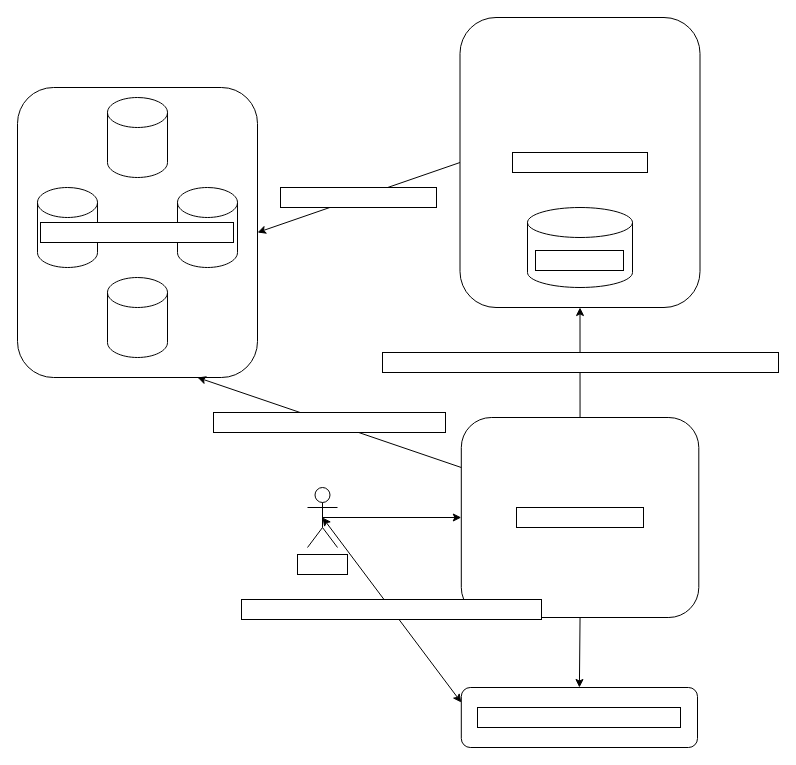
This is architecture.drawio from RasmusEdvardsen/SubredditBattleRoyale, a draw.io file, before an edit. Source tidied: cells renumbered, new cells numbered last; positions are measured from the earlier drawing's top-left corner, leaving out a move shared by most shapes. Both pictures are drawn from the tidied source at 100%, with x=0, y=0 at pixel (17, 17).
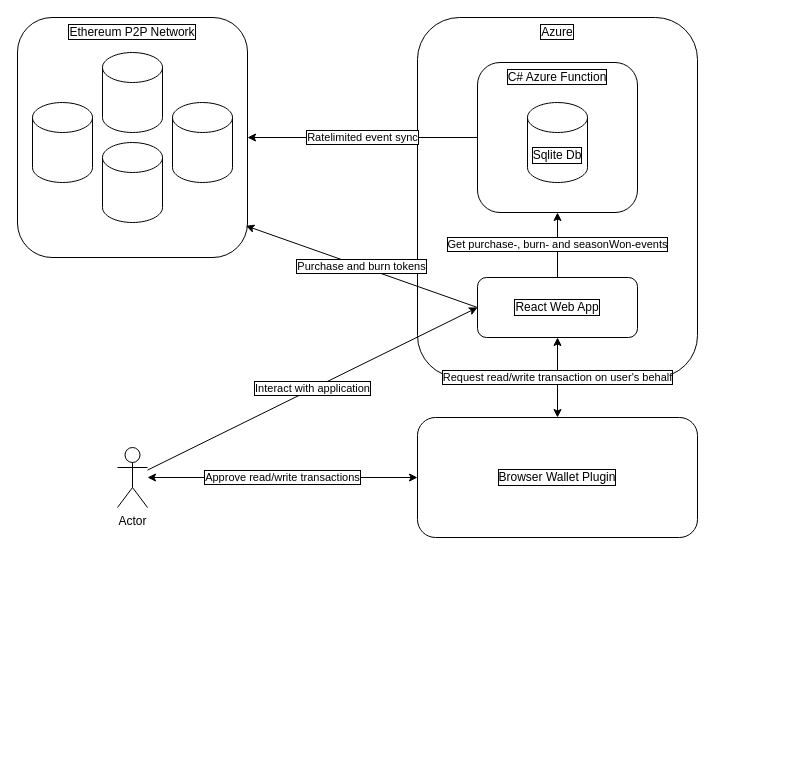
After the change.

Commit message (it also covers changes not shown here):
Improve architecture diagram

What changed in the source:
```diff
@@
 <mxGraphModel>
   <root>
     <mxCell id="0" />
     <mxCell id="1" parent="0" />
-    <mxCell id="2" style="shape=cylinder3;whiteSpace=wrap;html=1;boundedLbl=1;backgroundOutline=1;size=15;" parent="1" vertex="1">
-      <mxGeometry x="160" y="170" width="60" height="80" as="geometry" />
-    </mxCell>
-    <mxCell id="3" style="shape=cylinder3;whiteSpace=wrap;html=1;boundedLbl=1;backgroundOutline=1;size=15;" parent="1" vertex="1">
-      <mxGeometry x="20" y="170" width="60" height="80" as="geometry" />
-    </mxCell>
-    <mxCell id="4" style="shape=cylinder3;whiteSpace=wrap;html=1;boundedLbl=1;backgroundOutline=1;size=15;" parent="1" vertex="1">
-      <mxGeometry x="90" y="80" width="60" height="80" as="geometry" />
-    </mxCell>
-    <mxCell id="5" style="shape=cylinder3;whiteSpace=wrap;html=1;boundedLbl=1;backgroundOutline=1;size=15;" parent="1" vertex="1">
-      <mxGeometry x="90" y="260" width="60" height="80" as="geometry" />
-    </mxCell>
-    <mxCell id="6" value="Ethereum P2P Network" style="rounded=1;whiteSpace=wrap;html=1;fillColor=none;fontSize=16;fontStyle=0;fontFamily=Lucida Console;labelBackgroundColor=default;labelBorderColor=default;fontColor=#FFFFFF;" parent="1" vertex="1">
-      <mxGeometry y="70" width="240" height="290" as="geometry" />
+    <mxCell id="6" value="Ethereum P2P Network" style="rounded=1;whiteSpace=wrap;html=1;labelBorderColor=default;labelBackgroundColor=none;labelPosition=center;verticalLabelPosition=middle;align=center;verticalAlign=top;" parent="1" vertex="1">
+      <mxGeometry width="230" height="240" as="geometry" />
     </mxCell>
-    <mxCell id="7" value="C# Minimal Api" style="rounded=1;whiteSpace=wrap;html=1;labelBackgroundColor=default;labelBorderColor=default;fontFamily=Lucida Console;fontSize=16;fillColor=none;fontColor=#FFFFFF;" parent="1" vertex="1">
-      <mxGeometry x="442.5" width="240" height="290" as="geometry" />
-    </mxCell>
+    <mxCell id="18" value="Azure" style="rounded=1;whiteSpace=wrap;html=1;verticalAlign=top;labelBorderColor=default;" parent="1" vertex="1">
+      <mxGeometry x="400" width="280" height="360" as="geometry" />
+    </mxCell>
+    <mxCell id="19" value="C# Azure Function" style="rounded=1;whiteSpace=wrap;html=1;spacingBottom=0;align=center;textShadow=0;labelBorderColor=default;verticalAlign=top;" parent="1" vertex="1">
+      <mxGeometry x="460" y="45" width="160" height="150" as="geometry" />
+    </mxCell>
+    <mxCell id="20" value="React Web App" style="rounded=1;whiteSpace=wrap;html=1;labelBorderColor=default;" parent="1" vertex="1">
+      <mxGeometry x="460" y="260" width="160" height="60" as="geometry" />
+    </mxCell>
+    <mxCell id="21" style="shape=cylinder3;whiteSpace=wrap;html=1;boundedLbl=1;backgroundOutline=1;size=15;" parent="1" vertex="1">
+      <mxGeometry x="15" y="85" width="60" height="80" as="geometry" />
+    </mxCell>
+    <mxCell id="22" style="shape=cylinder3;whiteSpace=wrap;html=1;boundedLbl=1;backgroundOutline=1;size=15;" parent="1" vertex="1">
+      <mxGeometry x="85" y="35" width="60" height="80" as="geometry" />
+    </mxCell>
+    <mxCell id="23" style="shape=cylinder3;whiteSpace=wrap;html=1;boundedLbl=1;backgroundOutline=1;size=15;" parent="1" vertex="1">
+      <mxGeometry x="155" y="85" width="60" height="80" as="geometry" />
+    </mxCell>
+    <mxCell id="24" style="shape=cylinder3;whiteSpace=wrap;html=1;boundedLbl=1;backgroundOutline=1;size=15;" parent="1" vertex="1">
+      <mxGeometry x="85" y="125" width="60" height="80" as="geometry" />
+    </mxCell>
-    <mxCell id="8" value="Sqlite Db" style="shape=cylinder3;whiteSpace=wrap;html=1;boundedLbl=1;backgroundOutline=1;size=15;labelBackgroundColor=default;labelBorderColor=default;fontFamily=Lucida Console;fontSize=16;fillColor=none;fontColor=#FFFFFF;" parent="1" vertex="1">
-      <mxGeometry x="510" y="190" width="105" height="80" as="geometry" />
+    <mxCell id="8" value="Sqlite Db" style="shape=cylinder3;whiteSpace=wrap;html=1;boundedLbl=1;backgroundOutline=1;size=15;labelBorderColor=default;" parent="1" vertex="1">
+      <mxGeometry x="510" y="85" width="60" height="80" as="geometry" />
     </mxCell>
-    <mxCell id="9" value="Ratelimited Sync" style="endArrow=classic;html=1;fontFamily=Lucida Console;fontSize=16;entryX=1;entryY=0.5;entryDx=0;entryDy=0;exitX=0;exitY=0.5;exitDx=0;exitDy=0;labelBackgroundColor=default;labelBorderColor=default;fontColor=#FFFFFF;" parent="1" edge="1" source="7" target="6">
-      <mxGeometry relative="1" as="geometry" />
-    </mxCell>
-    <mxCell id="10" value="React web app" style="rounded=1;whiteSpace=wrap;html=1;labelBackgroundColor=default;labelBorderColor=default;fontFamily=Lucida Console;fontSize=16;fontColor=#FFFFFF;fillColor=none;" parent="1" vertex="1">
-      <mxGeometry x="443.8" y="400" width="237.5" height="200" as="geometry" />
-    </mxCell>
+    <mxCell id="25" value="Browser Wallet Plugin" style="rounded=1;whiteSpace=wrap;html=1;labelBorderColor=default;" parent="1" vertex="1">
+      <mxGeometry x="400" y="400" width="280" height="120" as="geometry" />
+    </mxCell>
-    <mxCell id="11" value="Actor" style="shape=umlActor;verticalLabelPosition=bottom;verticalAlign=top;html=1;outlineConnect=0;labelBackgroundColor=default;labelBorderColor=default;fontFamily=Lucida Console;fontSize=16;fontColor=#FFFFFF;fillColor=none;" parent="1" vertex="1">
-      <mxGeometry x="290" y="470" width="30" height="60" as="geometry" />
+    <mxCell id="11" value="Actor" style="shape=umlActor;verticalLabelPosition=bottom;verticalAlign=top;html=1;outlineConnect=0;" parent="1" vertex="1">
+      <mxGeometry x="100" y="430" width="30" height="60" as="geometry" />
     </mxCell>
-    <mxCell id="12" style="endArrow=classic;html=1;labelBackgroundColor=default;labelBorderColor=default;fontFamily=Lucida Console;fontSize=16;fontColor=#F0F0F0;entryX=0;entryY=0.5;entryDx=0;entryDy=0;exitX=0.5;exitY=0.5;exitDx=0;exitDy=0;exitPerimeter=0;" parent="1" edge="1" source="11" target="10">
-      <mxGeometry relative="1" as="geometry" />
-    </mxCell>
+    <mxCell id="17" value="Approve read/write transactions" style="endArrow=classic;startArrow=classic;html=1;rounded=0;entryX=0;entryY=0.5;entryDx=0;entryDy=0;labelBorderColor=default;" parent="1" edge="1" source="11" target="25">
+      <mxGeometry relative="1" as="geometry" />
+    </mxCell>
+    <mxCell id="26" value="Request read/write transaction on user's behalf" style="endArrow=classic;startArrow=classic;html=1;rounded=0;exitX=0.5;exitY=1;exitDx=0;exitDy=0;entryX=0.5;entryY=0;entryDx=0;entryDy=0;labelBorderColor=default;spacing=2;spacingRight=0;" parent="1" edge="1" source="20" target="25">
+      <mxGeometry relative="1" as="geometry" />
+    </mxCell>
-    <mxCell id="13" value="Get purchase-, burn- and seasonWon-events" style="endArrow=classic;html=1;labelBackgroundColor=default;labelBorderColor=default;fontFamily=Lucida Console;fontSize=16;fontColor=#FFFFFF;entryX=0.5;entryY=1;entryDx=0;entryDy=0;exitX=0.5;exitY=0;exitDx=0;exitDy=0;" parent="1" edge="1" source="10" target="7">
+    <mxCell id="13" value="Get purchase-, burn- and seasonWon-events" style="endArrow=classic;html=1;rounded=0;entryX=0.5;entryY=1;entryDx=0;entryDy=0;labelBorderColor=default;" parent="1" edge="1" source="20" target="19">
       <mxGeometry relative="1" as="geometry" />
     </mxCell>
-    <mxCell id="14" value="purchase and burn tokens" style="endArrow=classic;html=1;labelBackgroundColor=default;labelBorderColor=default;fontFamily=Lucida Console;fontSize=16;fontColor=#FFFFFF;entryX=0.75;entryY=1;entryDx=0;entryDy=0;exitX=0;exitY=0.25;exitDx=0;exitDy=0;" parent="1" edge="1" source="10" target="6">
-      <mxGeometry relative="1" as="geometry" />
-    </mxCell>
-    <mxCell id="15" value="Browser Wallet plugin" style="rounded=1;whiteSpace=wrap;html=1;labelBackgroundColor=default;labelBorderColor=default;fontFamily=Lucida Console;fontSize=16;fontColor=#FFFFFF;fillColor=none;" parent="1" vertex="1">
-      <mxGeometry x="443.8" y="670" width="236.2" height="60" as="geometry" />
-    </mxCell>
-    <mxCell id="16" style="endArrow=classic;html=1;labelBackgroundColor=default;labelBorderColor=default;fontFamily=Lucida Console;fontSize=16;fontColor=#F0F0F0;entryX=0.5;entryY=0;entryDx=0;entryDy=0;exitX=0.5;exitY=1;exitDx=0;exitDy=0;" parent="1" edge="1" source="10" target="15">
-      <mxGeometry relative="1" as="geometry" />
-    </mxCell>
-    <mxCell id="17" value="Approve read/write transactions" style="endArrow=classic;startArrow=classic;html=1;labelBackgroundColor=default;labelBorderColor=default;fontFamily=Lucida Console;fontSize=16;fontColor=#FFFFFF;exitX=0;exitY=0.25;exitDx=0;exitDy=0;entryX=0.5;entryY=0.5;entryDx=0;entryDy=0;entryPerimeter=0;" parent="1" edge="1" source="15" target="11">
-      <mxGeometry relative="1" as="geometry" />
-    </mxCell>
+    <mxCell id="27" value="Ratelimited event sync" style="endArrow=classic;html=1;rounded=0;entryX=1;entryY=0.5;entryDx=0;entryDy=0;exitX=0;exitY=0.5;exitDx=0;exitDy=0;labelBorderColor=default;" parent="1" edge="1" source="19" target="6">
+      <mxGeometry relative="1" as="geometry" />
+    </mxCell>
+    <mxCell id="28" value="Purchase and burn tokens" style="endArrow=classic;html=1;rounded=0;exitX=0;exitY=0.5;exitDx=0;exitDy=0;entryX=0.993;entryY=0.868;entryDx=0;entryDy=0;entryPerimeter=0;labelBorderColor=default;" parent="1" edge="1" source="20" target="6">
+      <mxGeometry relative="1" as="geometry" />
+    </mxCell>
+    <mxCell id="29" value="Interact with application" style="endArrow=classic;html=1;rounded=0;entryX=0;entryY=0.5;entryDx=0;entryDy=0;labelBorderColor=default;" parent="1" edge="1" source="11" target="20">
+      <mxGeometry relative="1" as="geometry" />
+    </mxCell>
   </root>
 </mxGraphModel>
```
